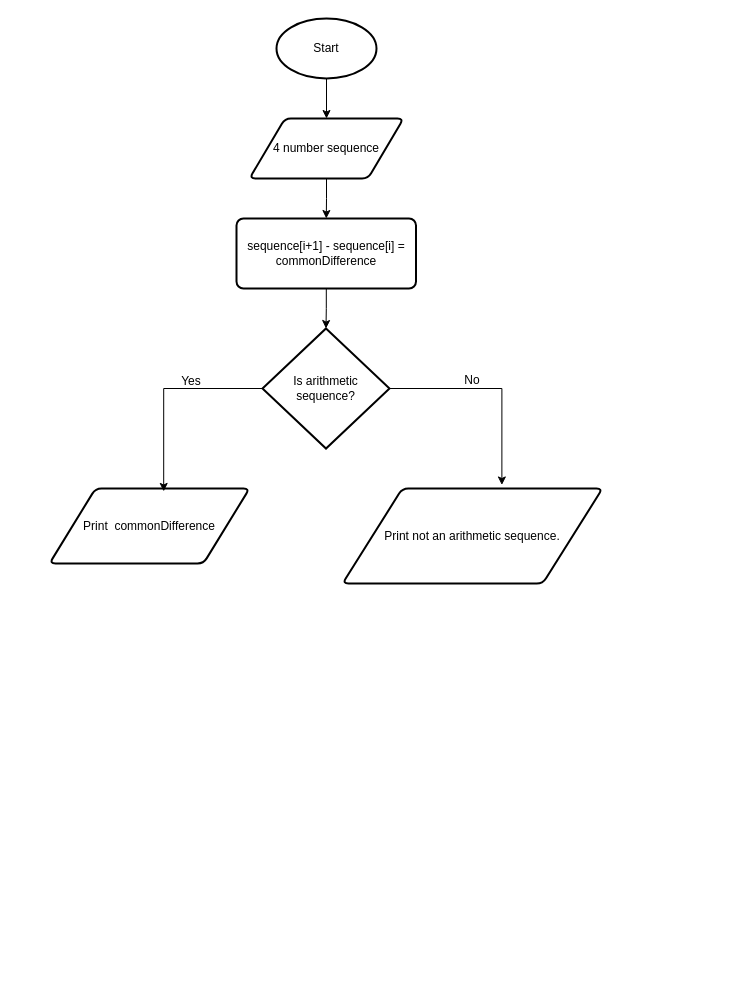
The draw.io diagram ArithmeticSequenceFinder.drawio in kaisunoo/Acads, before the edit. Source tidied: cells renumbered, new cells numbered last; positions are measured from the earlier drawing's top-left corner, leaving out a move shared by most shapes. Both pictures are drawn from the tidied source at 100%, with x=0, y=0 at pixel (49, 18).
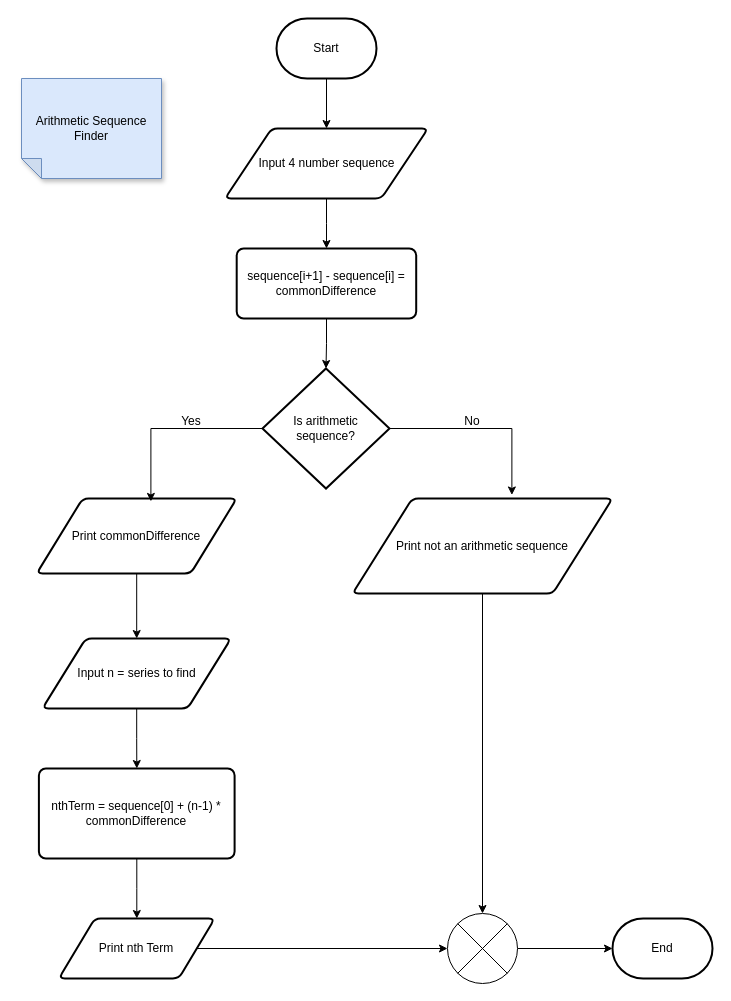
Above is the later version.

The edit, as a diff of the source:
```diff
@@
-    <mxCell id="2" style="edgeStyle=orthogonalEdgeStyle;rounded=0;jettySize=auto;html=1;" parent="1" edge="1" source="3" target="5">
-      <mxGeometry relative="1" as="geometry" />
-    </mxCell>
-    <mxCell id="3" value="Start" style="strokeWidth=2;html=1;shape=mxgraph.flowchart.start_1;whiteSpace=wrap;" parent="1" vertex="1">
-      <mxGeometry x="227" width="100" height="60" as="geometry" />
-    </mxCell>
@@
-    <mxCell id="5" value="4 number sequence&lt;span id=&quot;docs-internal-guid-0ddb6e71-7fff-28ad-6f8a-a734f48ec6af&quot;&gt;&lt;/span&gt;&lt;span id=&quot;docs-internal-guid-0ddb6e71-7fff-28ad-6f8a-a734f48ec6af&quot;&gt;&lt;/span&gt;" style="shape=parallelogram;html=1;strokeWidth=2;perimeter=parallelogramPerimeter;whiteSpace=wrap;rounded=1;arcSize=12;size=0.23;" parent="1" vertex="1">
-      <mxGeometry x="200" y="100" width="154" height="60" as="geometry" />
+    <mxCell id="5" value="Input 4 number sequence&lt;span id=&quot;docs-internal-guid-0ddb6e71-7fff-28ad-6f8a-a734f48ec6af&quot;&gt;&lt;/span&gt;" style="shape=parallelogram;html=1;strokeWidth=2;perimeter=parallelogramPerimeter;whiteSpace=wrap;rounded=1;arcSize=12;size=0.23;" parent="1" vertex="1">
+      <mxGeometry x="175.5" y="110" width="203" height="70" as="geometry" />
     </mxCell>
@@
     <mxCell id="7" value="sequence[i+1] - sequence[i] = commonDifference" style="rounded=1;whiteSpace=wrap;html=1;absoluteArcSize=1;arcSize=14;strokeWidth=2;" parent="1" vertex="1">
-      <mxGeometry x="187" y="200" width="179.5" height="70" as="geometry" />
+      <mxGeometry x="187.2" y="230" width="179.5" height="70" as="geometry" />
     </mxCell>
     <mxCell id="8" value="Is arithmetic sequence?" style="strokeWidth=2;html=1;shape=mxgraph.flowchart.decision;whiteSpace=wrap;" parent="1" vertex="1">
-      <mxGeometry x="213" y="310" width="127" height="120" as="geometry" />
+      <mxGeometry x="213" y="350" width="127" height="120" as="geometry" />
     </mxCell>
+    <mxCell id="15" style="edgeStyle=orthogonalEdgeStyle;rounded=0;jettySize=auto;html=1;entryX=0.5;entryY=0;entryDx=0;entryDy=0;" parent="1" edge="1" source="9" target="17">
+      <mxGeometry relative="1" as="geometry" />
+    </mxCell>
-    <mxCell id="9" value="Print&amp;nbsp; commonDifference" style="shape=parallelogram;html=1;strokeWidth=2;perimeter=parallelogramPerimeter;whiteSpace=wrap;rounded=1;arcSize=12;size=0.23;" parent="1" vertex="1">
-      <mxGeometry y="470" width="200" height="75" as="geometry" />
+    <mxCell id="9" value="Print commonDifference" style="shape=parallelogram;html=1;strokeWidth=2;perimeter=parallelogramPerimeter;whiteSpace=wrap;rounded=1;arcSize=12;size=0.23;" parent="1" vertex="1">
+      <mxGeometry x="-12.8" y="480" width="200" height="75" as="geometry" />
     </mxCell>
-    <mxCell id="10" value="Print not an arithmetic sequence." style="shape=parallelogram;html=1;strokeWidth=2;perimeter=parallelogramPerimeter;whiteSpace=wrap;rounded=1;arcSize=12;size=0.23;" parent="1" vertex="1">
-      <mxGeometry x="293" y="470" width="260" height="95" as="geometry" />
+    <mxCell id="10" value="Print not an arithmetic sequence" style="shape=parallelogram;html=1;strokeWidth=2;perimeter=parallelogramPerimeter;whiteSpace=wrap;rounded=1;arcSize=12;size=0.23;" parent="1" vertex="1">
+      <mxGeometry x="303" y="480" width="260" height="95" as="geometry" />
     </mxCell>
@@
     <mxCell id="13" value="Yes" style="text;strokeColor=none;align=center;fillColor=none;html=1;verticalAlign=middle;whiteSpace=wrap;rounded=0;" parent="1" vertex="1">
-      <mxGeometry x="112" y="348" width="60" height="30" as="geometry" />
+      <mxGeometry x="112" y="388" width="60" height="30" as="geometry" />
     </mxCell>
     <mxCell id="14" value="No" style="text;strokeColor=none;align=center;fillColor=none;html=1;verticalAlign=middle;whiteSpace=wrap;rounded=0;" parent="1" vertex="1">
-      <mxGeometry x="393" y="347" width="60" height="30" as="geometry" />
+      <mxGeometry x="393" y="388" width="60" height="30" as="geometry" />
     </mxCell>
+    <mxCell id="16" style="edgeStyle=orthogonalEdgeStyle;rounded=0;jettySize=auto;html=1;" parent="1" edge="1" source="17" target="19">
+      <mxGeometry relative="1" as="geometry" />
+    </mxCell>
+    <mxCell id="17" value="Input n = series to find" style="shape=parallelogram;html=1;strokeWidth=2;perimeter=parallelogramPerimeter;whiteSpace=wrap;rounded=1;arcSize=12;size=0.23;" parent="1" vertex="1">
+      <mxGeometry x="-7.1" y="620" width="188.6" height="70" as="geometry" />
+    </mxCell>
+    <mxCell id="18" style="edgeStyle=orthogonalEdgeStyle;rounded=0;jettySize=auto;html=1;entryX=0.5;entryY=0;entryDx=0;entryDy=0;" parent="1" edge="1" source="19" target="20">
+      <mxGeometry relative="1" as="geometry" />
+    </mxCell>
+    <mxCell id="19" value="nthTerm = sequence[0] + (n-1) * commonDifference" style="rounded=1;whiteSpace=wrap;html=1;absoluteArcSize=1;arcSize=14;strokeWidth=2;" parent="1" vertex="1">
+      <mxGeometry x="-10.6" y="750" width="195.7" height="90" as="geometry" />
+    </mxCell>
+    <mxCell id="20" value="Print nth Term" style="shape=parallelogram;html=1;strokeWidth=2;perimeter=parallelogramPerimeter;whiteSpace=wrap;rounded=1;arcSize=12;size=0.23;" parent="1" vertex="1">
+      <mxGeometry x="9.4" y="900" width="155.8" height="60" as="geometry" />
+    </mxCell>
+    <mxCell id="21" style="edgeStyle=orthogonalEdgeStyle;rounded=0;jettySize=auto;html=1;" parent="1" edge="1" source="22" target="25">
+      <mxGeometry relative="1" as="geometry" />
+    </mxCell>
+    <mxCell id="22" style="verticalLabelPosition=bottom;verticalAlign=top;html=1;shape=mxgraph.flowchart.or;" parent="1" vertex="1">
+      <mxGeometry x="398" y="895" width="70" height="70" as="geometry" />
+    </mxCell>
+    <mxCell id="23" style="edgeStyle=orthogonalEdgeStyle;rounded=0;jettySize=auto;html=1;entryX=0.5;entryY=0;entryDx=0;entryDy=0;entryPerimeter=0;" parent="1" edge="1" source="10" target="22">
+      <mxGeometry relative="1" as="geometry" />
+    </mxCell>
+    <mxCell id="24" style="edgeStyle=orthogonalEdgeStyle;rounded=0;jettySize=auto;html=1;entryX=0;entryY=0.5;entryDx=0;entryDy=0;entryPerimeter=0;" parent="1" edge="1" source="20" target="22">
+      <mxGeometry relative="1" as="geometry" />
+    </mxCell>
+    <mxCell id="2" style="edgeStyle=orthogonalEdgeStyle;rounded=0;jettySize=auto;html=1;entryX=0.5;entryY=0;entryDx=0;entryDy=0;" parent="1" edge="1" source="3" target="5">
+      <mxGeometry relative="1" as="geometry" />
+    </mxCell>
+    <mxCell id="3" value="Start" style="strokeWidth=2;html=1;shape=mxgraph.flowchart.terminator;whiteSpace=wrap;" parent="1" vertex="1">
+      <mxGeometry x="227" width="100" height="60" as="geometry" />
+    </mxCell>
+    <mxCell id="25" value="End" style="strokeWidth=2;html=1;shape=mxgraph.flowchart.terminator;whiteSpace=wrap;" parent="1" vertex="1">
+      <mxGeometry x="563" y="900" width="100" height="60" as="geometry" />
+    </mxCell>
+    <mxCell id="26" value="Arithmetic Sequence Finder&lt;span id=&quot;docs-internal-guid-42185c96-7fff-5222-3fa1-4afc6ee63f6d&quot;&gt;&lt;/span&gt;" style="shape=note;whiteSpace=wrap;html=1;backgroundOutline=1;darkOpacity=0.05;fillColor=#dae8fc;strokeColor=#6c8ebf;fillStyle=solid;direction=west;gradientDirection=north;shadow=1;size=20;" parent="1" vertex="1">
+      <mxGeometry x="-28" y="60" width="140" height="100" as="geometry" />
+    </mxCell>
```
